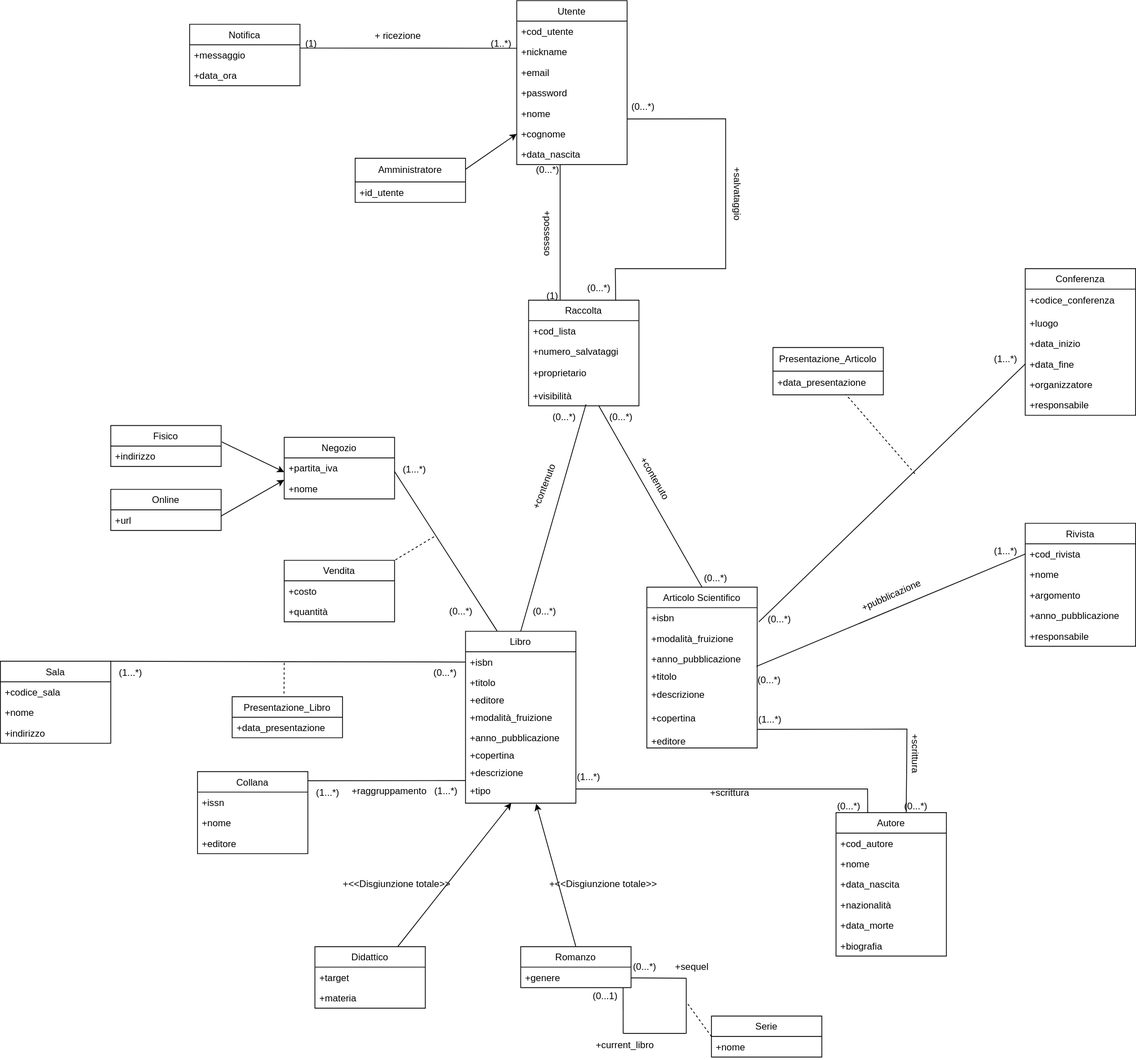
This is progettazione_concettuale/Modello_Concettuale.drawio.svg from m3tt0/Progetto_OB_BASI, a draw.io export, as it was before one commit. Source tidied: cells renumbered, new cells last; positions are measured from the earlier drawing's top-left corner, leaving out a move shared by most shapes.
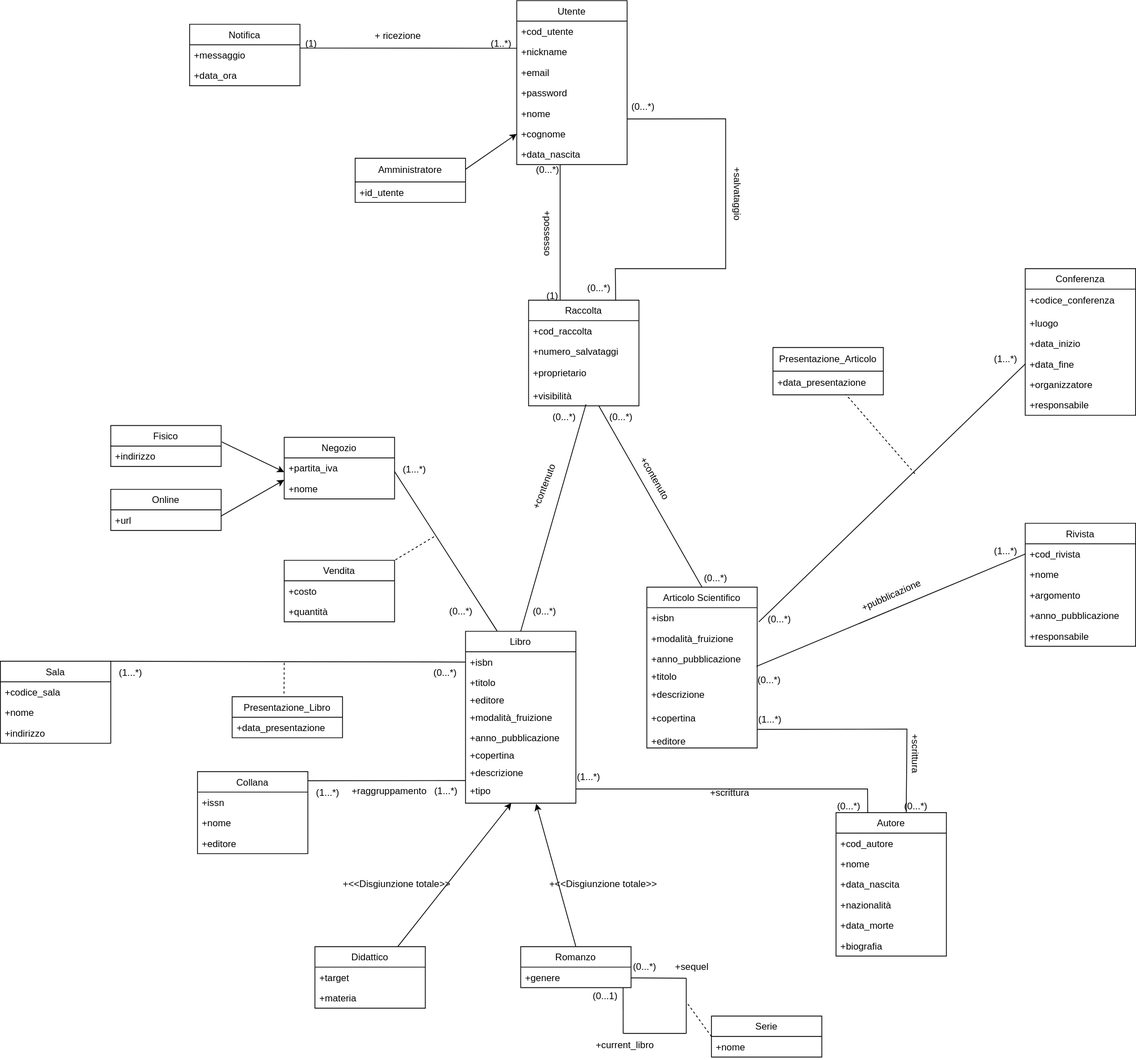
The same diagram one commit later.

What changed in the source:
```diff
@@ -274,7 +274,7 @@
     <mxCell id="87" value="Raccolta" style="swimlane;fontStyle=0;horizontal=1;startSize=26;fillColor=none;" parent="1" vertex="1">
       <mxGeometry x="670" y="380" width="140" height="134" as="geometry" />
     </mxCell>
-    <mxCell id="88" value="+cod_lista" style="text;strokeColor=none;fillColor=none;align=left;verticalAlign=top;spacingLeft=4;spacingRight=4;overflow=hidden;" parent="87" vertex="1">
+    <mxCell id="88" value="+cod_raccolta" style="text;strokeColor=none;fillColor=none;align=left;verticalAlign=top;spacingLeft=4;spacingRight=4;overflow=hidden;" parent="87" vertex="1">
       <mxGeometry y="26" width="140" height="26" as="geometry" />
     </mxCell>
     <mxCell id="89" value="+numero_salvataggi" style="text;strokeColor=none;fillColor=none;align=left;verticalAlign=top;spacingLeft=4;spacingRight=4;overflow=hidden;" parent="87" vertex="1">
```
